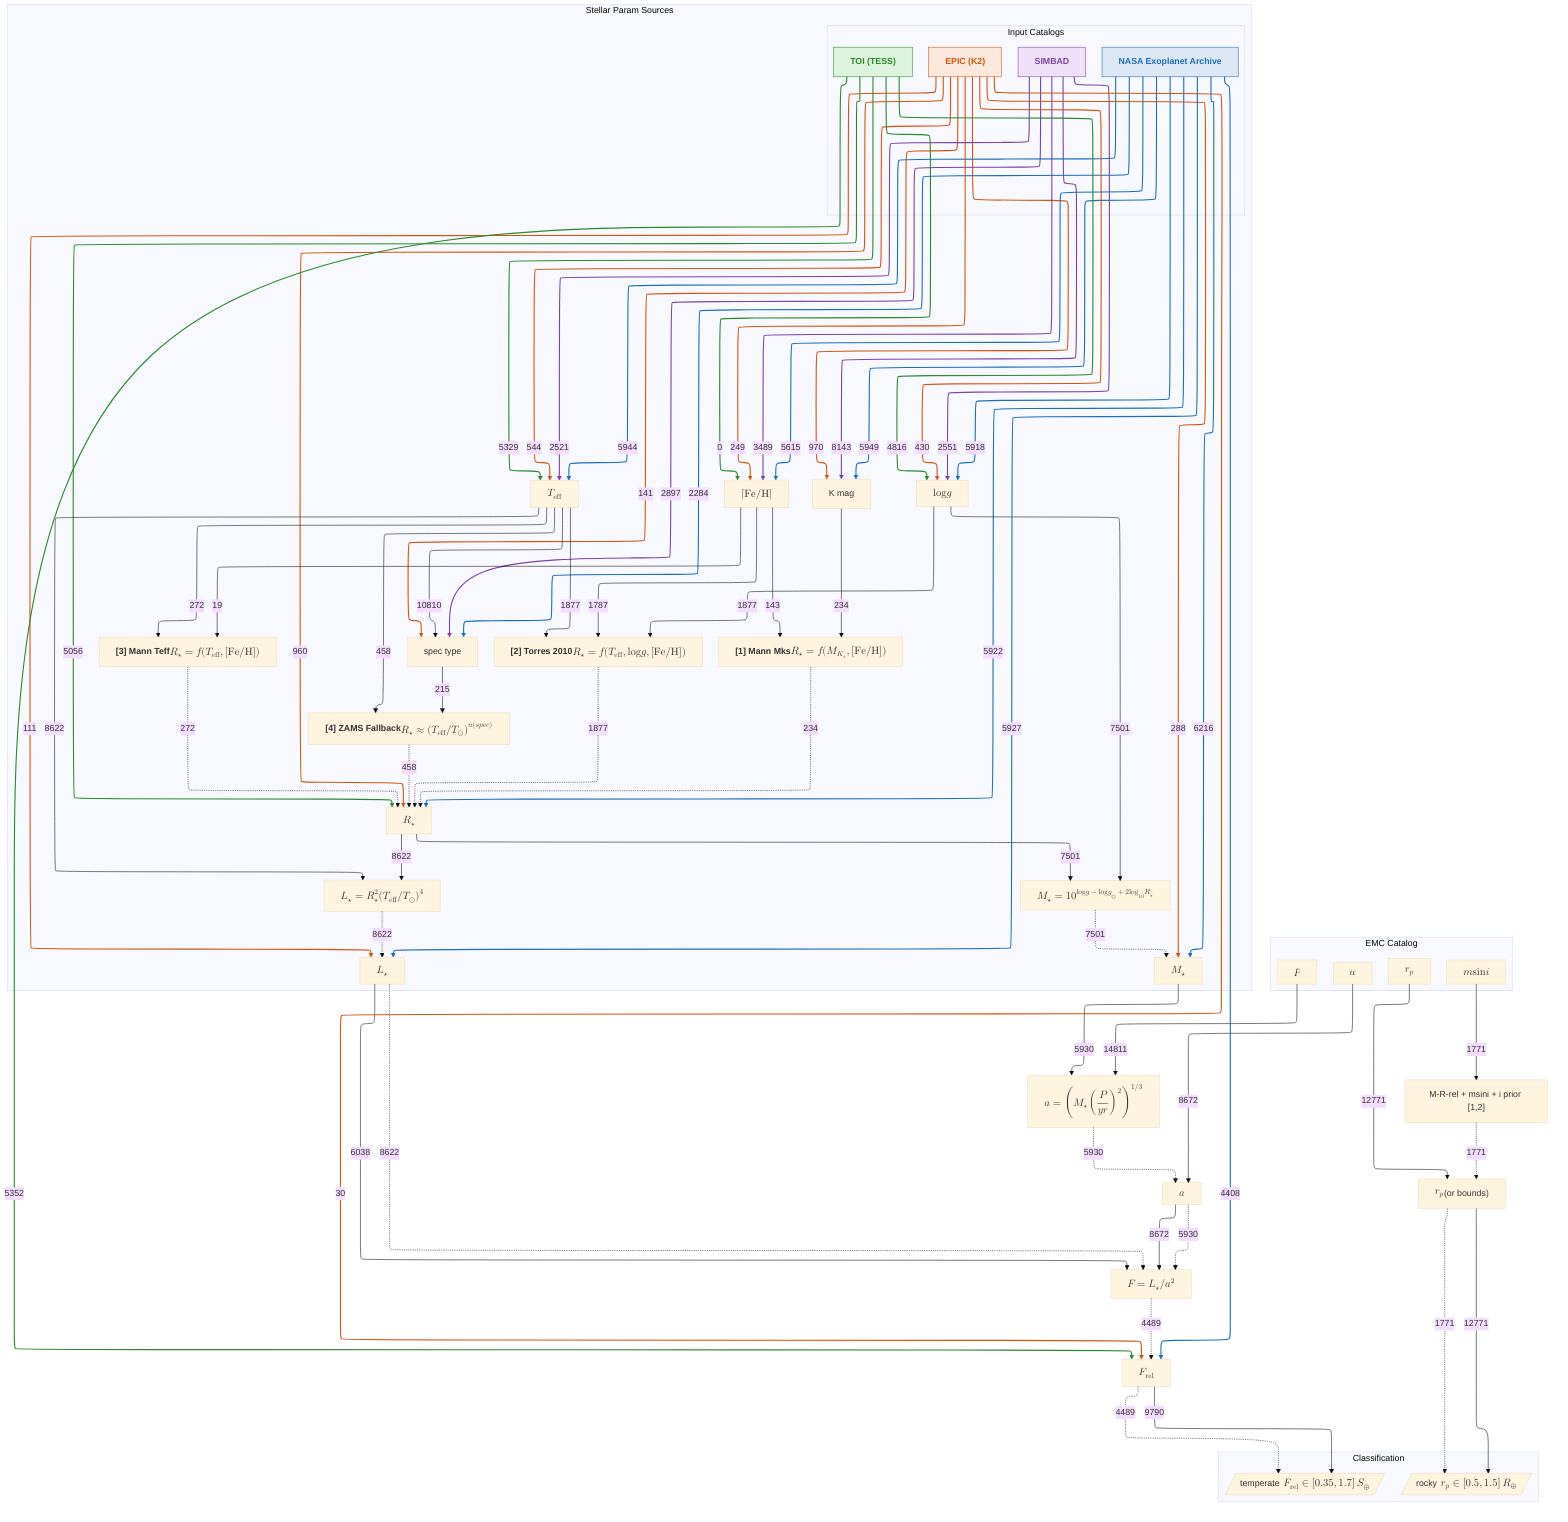
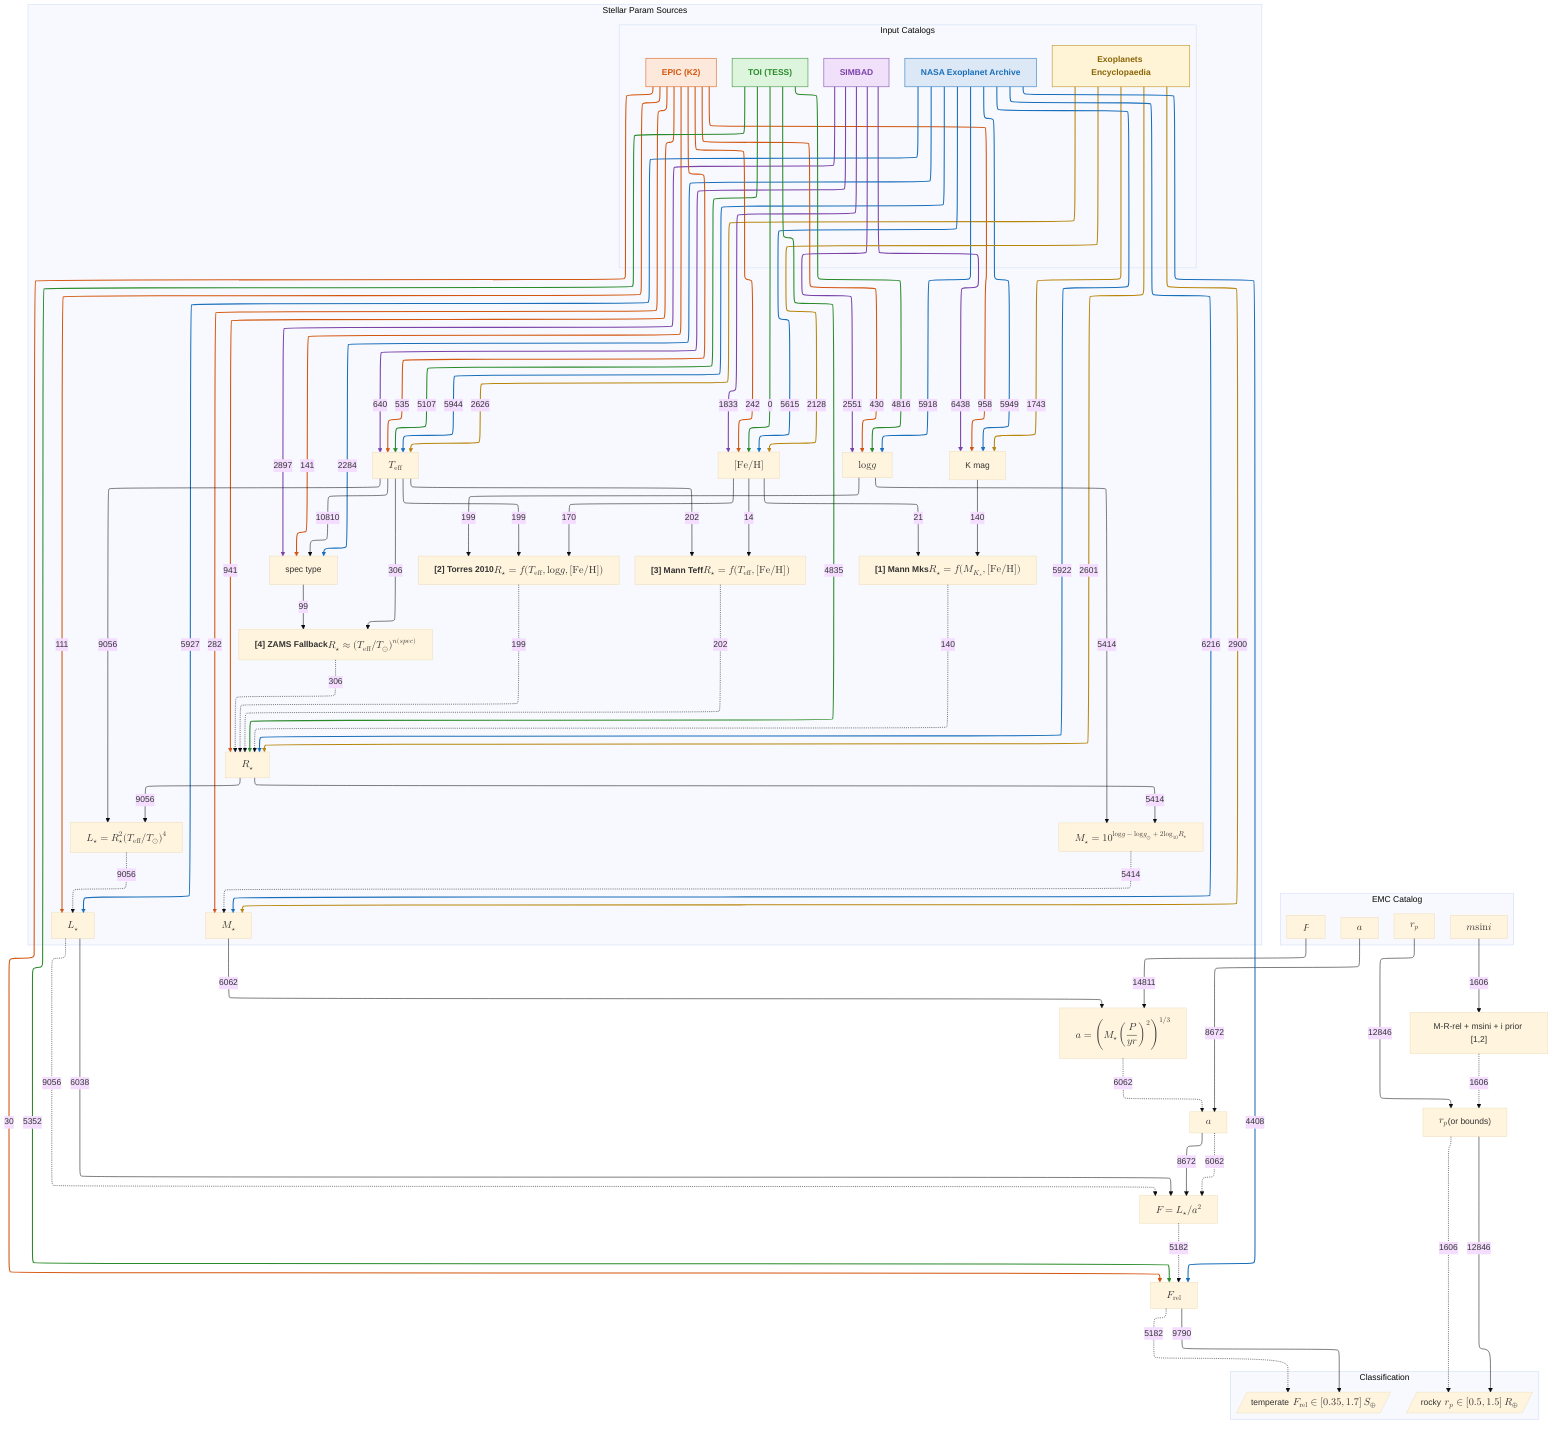

%%{init: {"theme": "base", "layout": "elk", "elk": {"nodePlacementStrategy": "BRANDES_KOEPF"}}}%%
flowchart TB
    subgraph CAT["EMC Catalog"]
            direction LR
            R_J["$$r_p$$"]
            MSI["$$m\sin i$$"]
            A_C["$$a$$"]
            P_C["$$P$$"]
        end
    subgraph SRCS["Stellar Param Sources"]
        direction TB
        subgraph CATS["Input Catalogs"]
            direction TB
            NEA["<b>NASA Exoplanet Archive</b>"]
+             EU["<b>Exoplanets Encyclopaedia</b>"]
            EPIC["<b>EPIC (K2)</b>"]
            TOI["<b>TOI (TESS)</b>"]
            SIM["<b>SIMBAD</b>"]
        end
        NEA  -->|"5949"| KMAG["K mag"]
-         EPIC -->|"970"| KMAG
-         SIM  -->|"8143"| KMAG
+         EPIC -->|"958"| KMAG
+         SIM  -->|"6438"| KMAG
+         EU   -->|"1743"| KMAG
        NEA  -->|"2284"| SPEC["spec type"]
        EPIC -->|"141"| SPEC
        SIM  -->|"2897"| SPEC
        TEFF -->|"10810"| SPEC
        NEA  -->|"5944"| TEFF["$$T_{\mathrm{eff}}$$"]
-         EPIC -->|"544"| TEFF
-         TOI  -->|"5329"| TEFF
-         SIM  -->|"2521"| TEFF
+         EPIC -->|"535"| TEFF
+         TOI  -->|"5107"| TEFF
+         SIM  -->|"640"| TEFF
+         EU   -->|"2626"| TEFF
        NEA  -->|"5918"| LOGG["$$\log g$$"]
        EPIC -->|"430"| LOGG
        TOI  -->|"4816"| LOGG
        SIM  -->|"2551"| LOGG
        NEA  -->|"5615"| MET["$$[\text{Fe/H}]$$"]
-         EPIC -->|"249"| MET
+         EPIC -->|"242"| MET
        TOI  -->|"0"| MET
-         SIM  -->|"3489"| MET
+         SIM  -->|"1833"| MET
+         EU   -->|"2128"| MET
        NEA  -->|"5922"| RSTAR["$$R_\star$$"]
-         EPIC -->|"960"| RSTAR
-         TOI  -->|"5056"| RSTAR
-         TEFF --> |"458"| ZAMS["<b>[4] ZAMS Fallback</b><br/>$$R_\star\approx(T_{\mathrm{eff}}/T_\odot)^{n(spec)}$$"]
-         SPEC -->|"215"| ZAMS
-         ZAMS -. "458" .-> RSTAR
-         KMAG -->|"234"| MANN["<b>[1] Mann Mks</b><br/>$$R_\star=f(M_{K_s},[\text{Fe/H}])$$"]
-         MET  -->|"143"| MANN
-         MANN -. "234" .-> RSTAR
-         TEFF -->|"272"| MANNTEFF["<b>[3] Mann Teff</b><br/>$$R_\star=f(T_{\text{eff}},[\text{Fe/H}])$$"]
-         MET  -->|"19"| MANNTEFF
-         MANNTEFF -. "272" .-> RSTAR
-         TEFF -->|"1877"| TORRES["<b>[2] Torres 2010</b><br/>$$R_\star=f(T_{\text{eff}},\log g,[\text{Fe/H}])$$"]
-         LOGG -->|"1877"| TORRES
-         MET  -->|"1787"| TORRES
-         TORRES -. "1877" .-> RSTAR
+         EPIC -->|"941"| RSTAR
+         TOI  -->|"4835"| RSTAR
+         EU   -->|"2601"| RSTAR
+         TEFF --> |"306"| ZAMS["<b>[4] ZAMS Fallback</b><br/>$$R_\star\approx(T_{\mathrm{eff}}/T_\odot)^{n(spec)}$$"]
+         SPEC -->|"99"| ZAMS
+         ZAMS -. "306" .-> RSTAR
+         KMAG -->|"140"| MANN["<b>[1] Mann Mks</b><br/>$$R_\star=f(M_{K_s},[\text{Fe/H}])$$"]
+         MET  -->|"21"| MANN
+         MANN -. "140" .-> RSTAR
+         TEFF -->|"202"| MANNTEFF["<b>[3] Mann Teff</b><br/>$$R_\star=f(T_{\text{eff}},[\text{Fe/H}])$$"]
+         MET  -->|"14"| MANNTEFF
+         MANNTEFF -. "202" .-> RSTAR
+         TEFF -->|"199"| TORRES["<b>[2] Torres 2010</b><br/>$$R_\star=f(T_{\text{eff}},\log g,[\text{Fe/H}])$$"]
+         LOGG -->|"199"| TORRES
+         MET  -->|"170"| TORRES
+         TORRES -. "199" .-> RSTAR
        NEA  -->|"6216"| MSTAR["$$M_\star$$"]
-         EPIC -->|"288"| MSTAR
-         LOGG  --> |"7501"| MLOG["$$M_\star=10^{\log g-\log g_\odot+2\log_{10}R_\star}$$"]
-         RSTAR --> |"7501"| MLOG
-         MLOG  -. "7501" .-> MSTAR
+         EPIC -->|"282"| MSTAR
+         EU   -->|"2900"| MSTAR
+         LOGG  --> |"5414"| MLOG["$$M_\star=10^{\log g-\log g_\odot+2\log_{10}R_\star}$$"]
+         RSTAR --> |"5414"| MLOG
+         MLOG  -. "5414" .-> MSTAR
        NEA   -->|"5927"| LSTAR["$$L_\star$$"]
        EPIC  -->|"111"| LSTAR
-         RSTAR -->|"8622"| LUM["$$L_\star=R_\star^2(T_{\mathrm{eff}}/T_\odot)^4$$"]
-         TEFF  --> |"8622"| LUM
-         LUM   -. "8622" .-> LSTAR
+         RSTAR -->|"9056"| LUM["$$L_\star=R_\star^2(T_{\mathrm{eff}}/T_\odot)^4$$"]
+         TEFF  --> |"9056"| LUM
+         LUM   -. "9056" .-> LSTAR
    end

    FCALC["$$F=L_\star/a^2$$"]
-     MSTAR -->|"5930"| KEPL["$$a = \left(M_\star \left(\frac{P}{{yr}}\right)^2\right)^{1/3}$$"]
+     MSTAR -->|"6062"| KEPL["$$a = \left(M_\star \left(\frac{P}{yr}\right)^2\right)^{1/3}$$"]
    P_C   -->|"14811"| KEPL

    A_C  -->|"8672"| AFIN["$$a$$"]
-     KEPL -. "5930" .-> AFIN
+     KEPL -. "6062" .-> AFIN
    AFIN  -->|"8672"| FCALC
-     AFIN  -. "5930" .-> FCALC
+     AFIN  -. "6062" .-> FCALC
    LSTAR  -->|"6038"| FCALC
-     LSTAR  -. "8622" .-> FCALC
+     LSTAR  -. "9056" .-> FCALC

    subgraph CLASS["Classification"]
        direction LR
        ROCKY[/"rocky$$\; r_p\in[0.5,1.5]\,R_\oplus$$"/]
        TEMP[/"temperate$$\; F_{\mathrm{rel}}\in[0.35,1.7]\,S_\oplus$$"/]
    end

    NEA   -->|"4408"| FLUX["$$F_{\mathrm{rel}}$$"]
    EPIC  -->|"30"| FLUX
    TOI   -->|"5352"| FLUX
-     FCALC -. "4489" .-> FLUX
+     FCALC -. "5182" .-> FLUX
    FLUX  -->|"9790"| TEMP
-     FLUX  -. "4489" .-> TEMP
+     FLUX  -. "5182" .-> TEMP

-     R_J -->|"12771"| REARTH["$$r_p$$ (or bounds)"]
-     MSI -->|"1771"| CK["M-R-rel + msini + i prior [1,2]"]
-     CK  -. "1771" .-> REARTH
-     REARTH  -->|"12771"| ROCKY
-     REARTH  -. "1771" .-> ROCKY
+     R_J -->|"12846"| REARTH["$$r_p$$ (or bounds)"]
+     MSI -->|"1606"| CK["M-R-rel + msini + i prior [1,2]"]
+     CK  -. "1606" .-> REARTH
+     REARTH  -->|"12846"| ROCKY
+     REARTH  -. "1606" .-> ROCKY
    style NEA  fill:#dde8f7,stroke:#1a6fba,color:#1a6fba
+     style EU   fill:#fff4d6,stroke:#b8860b,color:#8a6508
    style EPIC fill:#fde9dc,stroke:#d4550d,color:#d4550d
    style TOI  fill:#dcf5dc,stroke:#2a8a2a,color:#2a8a2a
    style SIM  fill:#f0e0fa,stroke:#7b42a8,color:#7b42a8
-     linkStyle 0,3,7,11,15,19,35,40,53 stroke:#1a6fba,stroke-width:2px
-     linkStyle 1,4,8,12,16,20,36,41,54 stroke:#d4550d,stroke-width:2px
-     linkStyle 9,13,17,21,55 stroke:#2a8a2a,stroke-width:2px
-     linkStyle 2,5,10,14,18 stroke:#7b42a8,stroke-width:2px
+     linkStyle 0,4,8,13,17,22,39,45,58 stroke:#1a6fba,stroke-width:2px
+     linkStyle 3,12,21,25,41 stroke:#b8860b,stroke-width:2px
+     linkStyle 1,5,9,14,18,23,40,46,59 stroke:#d4550d,stroke-width:2px
+     linkStyle 10,15,19,24,60 stroke:#2a8a2a,stroke-width:2px
+     linkStyle 2,6,11,16,20 stroke:#7b42a8,stroke-width:2px
